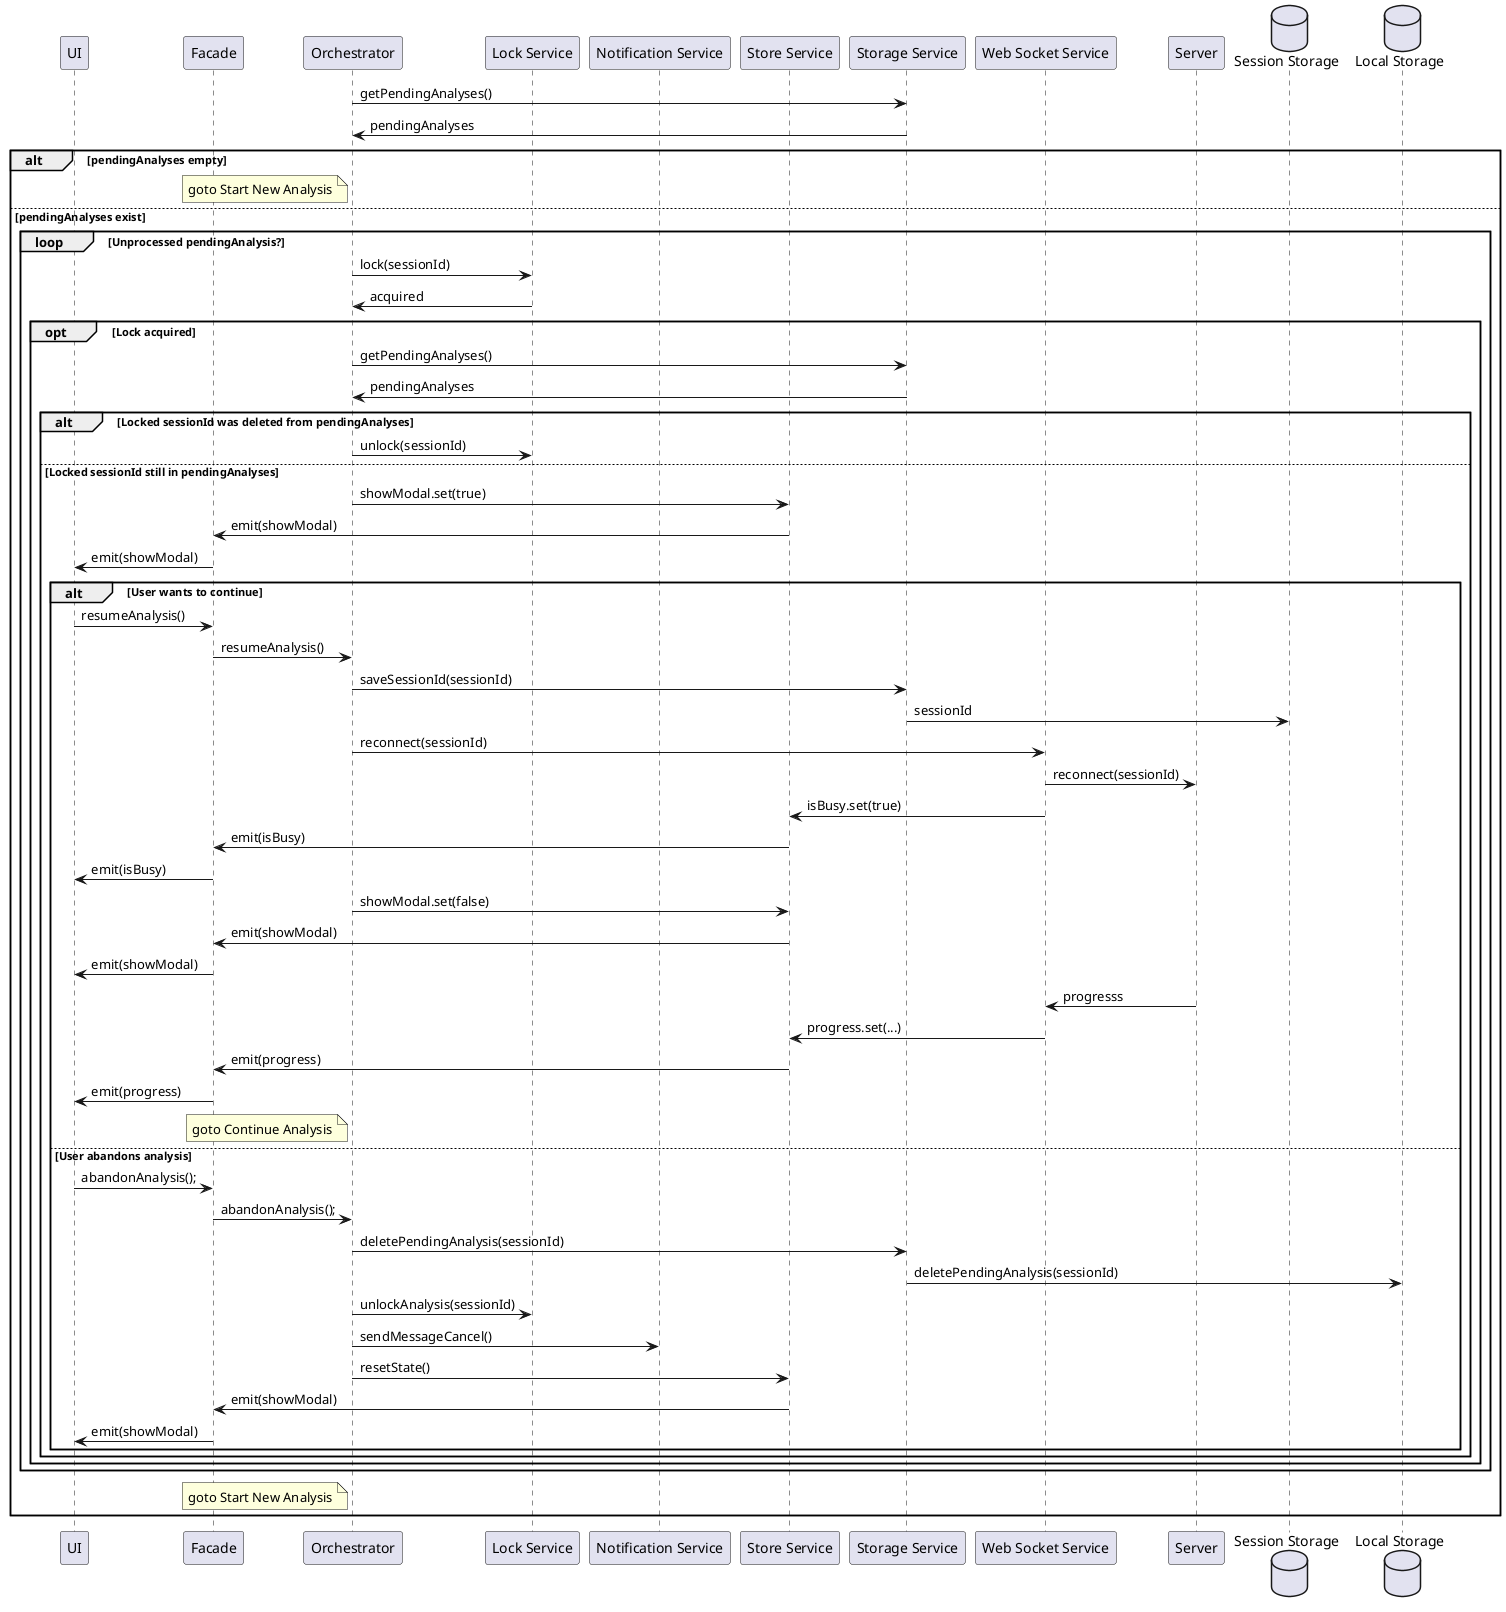
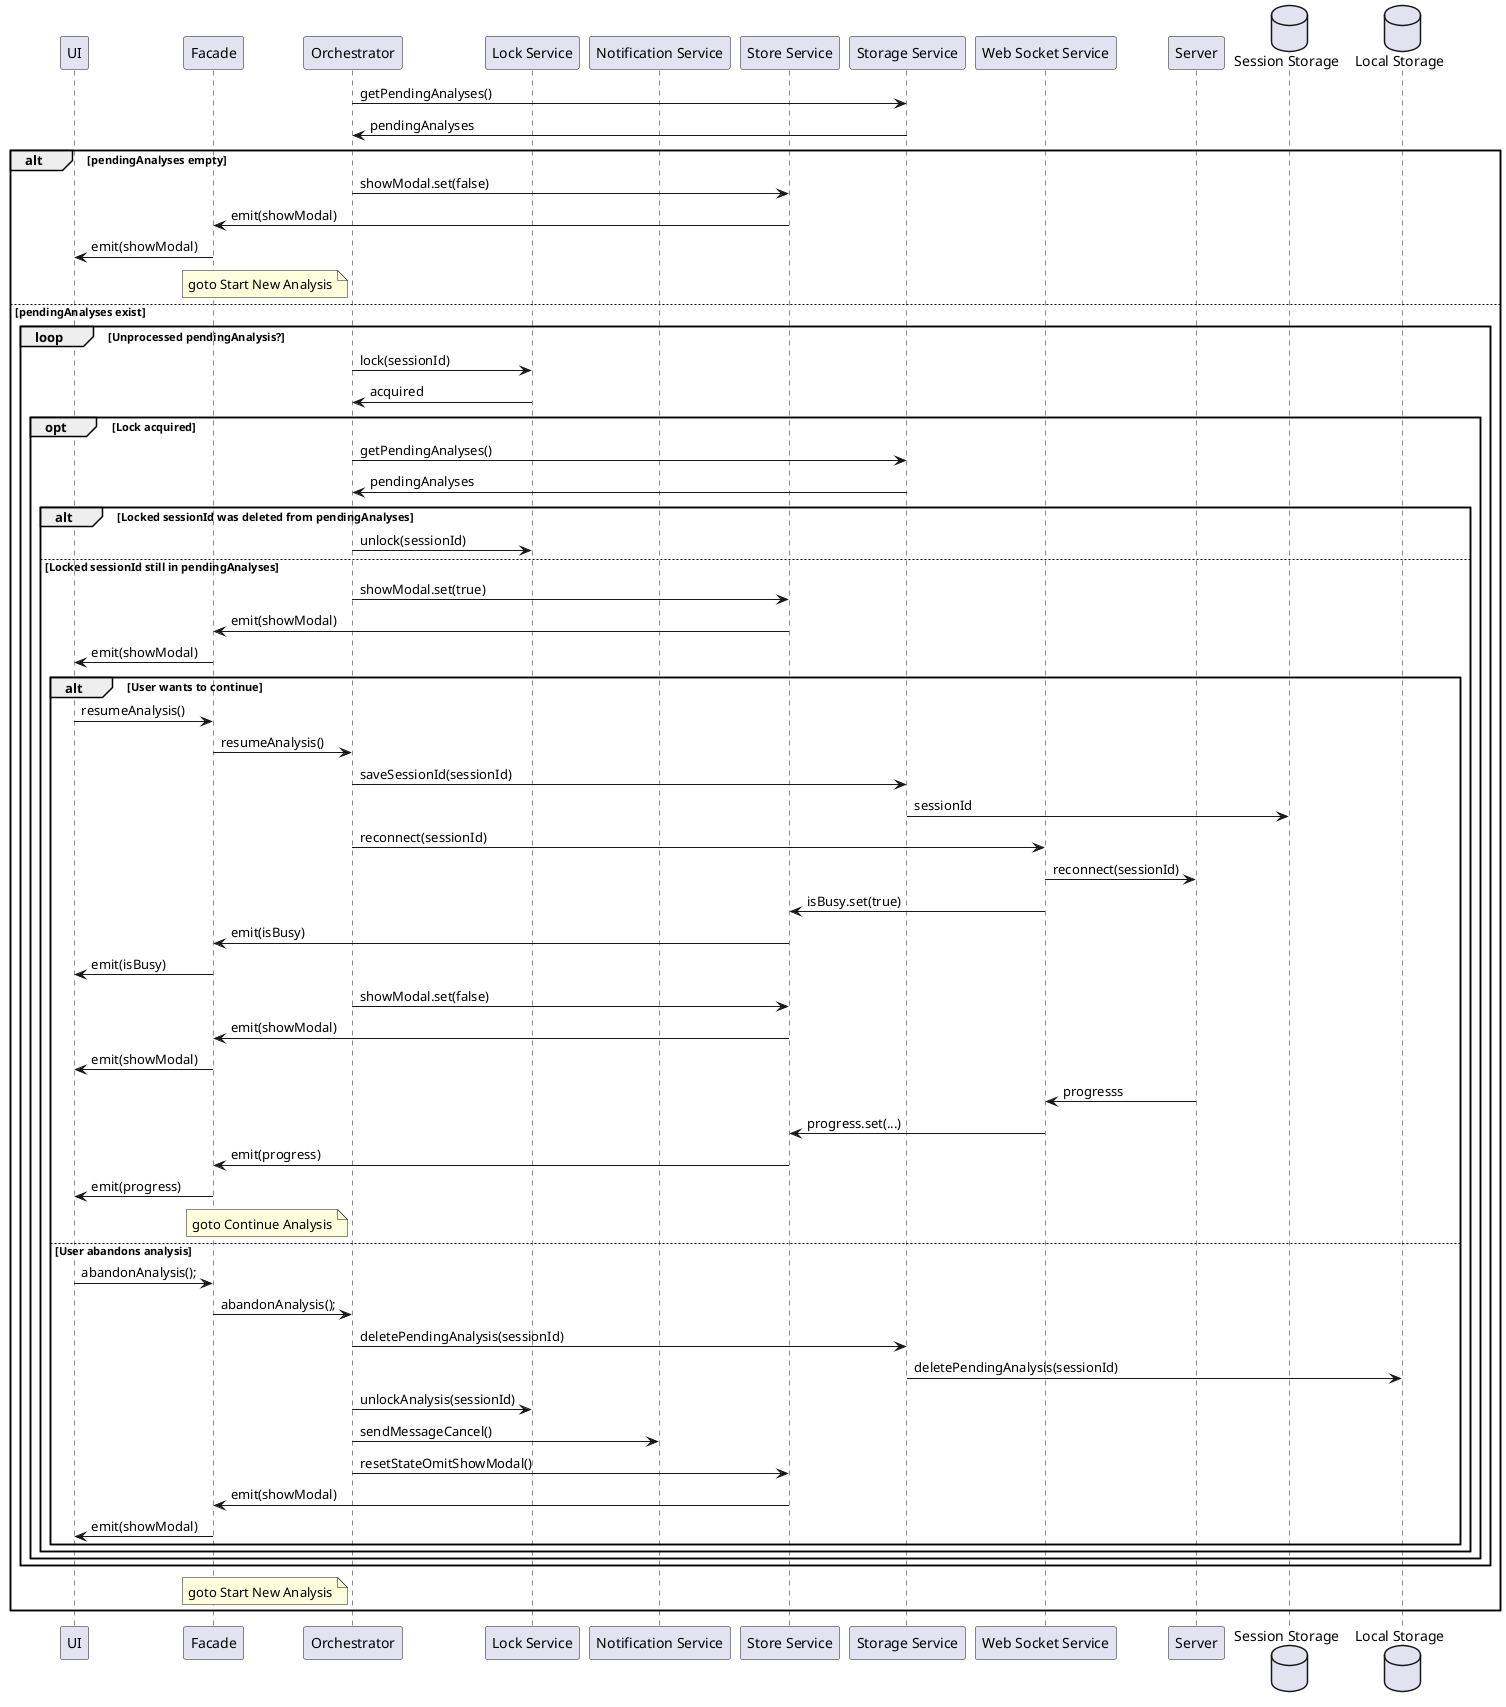
@startuml Try To Resume Analysis

participant "UI" as U
participant "Facade" as F
participant "Orchestrator" as O
participant "Lock Service" as L
participant "Notification Service" as N
participant "Store Service" as ST
participant "Storage Service" as STG
participant "Web Socket Service" as WS
participant "Server" as SRV

database "Session Storage" as SS
database "Local Storage" as LS

O -> STG: getPendingAnalyses()
STG -> O: pendingAnalyses

alt pendingAnalyses empty
+     O -> ST: showModal.set(false)
+     ST -> F: emit(showModal)
+     F -> U: emit(showModal)
    note left of O: goto Start New Analysis

else pendingAnalyses exist
    loop Unprocessed pendingAnalysis?
        O -> L: lock(sessionId)
        L -> O: acquired

        opt Lock acquired
            O -> STG: getPendingAnalyses()
            STG -> O: pendingAnalyses

            alt Locked sessionId was deleted from pendingAnalyses
                O -> L: unlock(sessionId)

            else Locked sessionId still in pendingAnalyses
                O -> ST: showModal.set(true)
                ST -> F: emit(showModal)
                F -> U: emit(showModal)

                alt User wants to continue
                    U -> F: resumeAnalysis()
                    F -> O: resumeAnalysis()
                    O -> STG: saveSessionId(sessionId)
                    STG -> SS: sessionId
                    O -> WS: reconnect(sessionId)
                    WS -> SRV: reconnect(sessionId)
                    WS -> ST: isBusy.set(true)
                    ST -> F: emit(isBusy)
                    F -> U: emit(isBusy)
                    O -> ST: showModal.set(false)
                    ST -> F: emit(showModal)
                    F -> U: emit(showModal)
                    SRV -> WS: progresss
                    WS -> ST: progress.set(...)
                    ST -> F: emit(progress)
                    F -> U: emit(progress)
                    note left of O: goto Continue Analysis

                else User abandons analysis
                    U -> F: abandonAnalysis();
                    F -> O: abandonAnalysis();
                    O -> STG: deletePendingAnalysis(sessionId)
                    STG -> LS: deletePendingAnalysis(sessionId)
                    O -> L: unlockAnalysis(sessionId)
                    O -> N: sendMessageCancel()
-                     O -> ST: resetState()
+                     O -> ST: resetStateOmitShowModal()
                    ST -> F: emit(showModal)
                    F -> U: emit(showModal)
                end
            end
        end
    end

   note left of O: goto Start New Analysis
end

@enduml